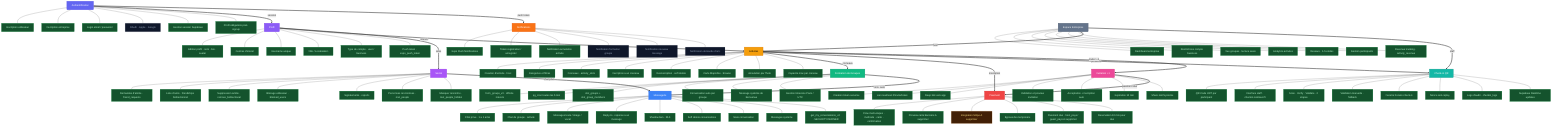
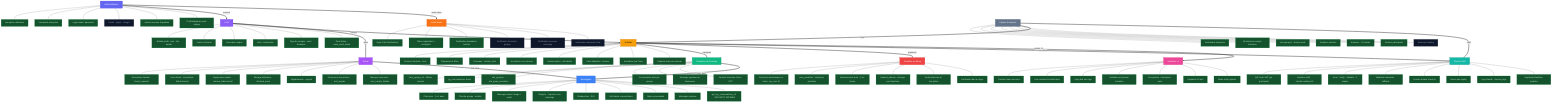
flowchart TB

  classDef auth      fill:#6366F1,stroke:#4F46E5,color:#fff,stroke-width:2px
  classDef profile   fill:#8B5CF6,stroke:#7C3AED,color:#fff,stroke-width:2px
  classDef activ     fill:#F59E0B,stroke:#D97706,color:#000,stroke-width:2px
  classDef groups    fill:#10B981,stroke:#059669,color:#fff,stroke-width:2px
  classDef payment   fill:#EF4444,stroke:#DC2626,color:#fff,stroke-width:2px
  classDef plusone   fill:#EC4899,stroke:#DB2777,color:#fff,stroke-width:2px
  classDef checkin   fill:#14B8A6,stroke:#0D9488,color:#fff,stroke-width:2px
  classDef messaging fill:#3B82F6,stroke:#2563EB,color:#fff,stroke-width:2px
  classDef social    fill:#A855F7,stroke:#9333EA,color:#fff,stroke-width:2px
  classDef notif     fill:#F97316,stroke:#EA580C,color:#fff,stroke-width:2px
  classDef business  fill:#64748B,stroke:#475569,color:#fff,stroke-width:2px

  classDef done     fill:#14532d,stroke:#16a34a,color:#bbf7d0,stroke-width:1px
  classDef wip      fill:#422006,stroke:#d97706,color:#fde68a,stroke-width:1px,stroke-dasharray:5 3
  classDef planned  fill:#0f172a,stroke:#475569,color:#94a3b8,stroke-width:1px,stroke-dasharray:3 3

  AUTH[Authentification]:::auth
  AUTH --- AUTH_F1[Inscription utilisateur]:::done
  AUTH --- AUTH_F2[Inscription entreprise]:::done
  AUTH --- AUTH_F3[Login email / password]:::done
  AUTH --- AUTH_F4[OAuth · Apple · Google]:::planned
  AUTH --- AUTH_F5[Gestion session Supabase]:::done
  AUTH --- AUTH_F6[Profil obligatoire post-signup]:::done

  PROFILE[Profil]:::profile
  PROFILE --- PROF_F1[Edition profil · nom · bio · avatar]:::done
  PROFILE --- PROF_F2[Centres d'interet]:::done
  PROFILE --- PROF_F3[Username unique]:::done
  PROFILE --- PROF_F4[Ville / Localisation]:::done
  PROFILE --- PROF_F5[Type de compte · user / business]:::done
  PROFILE --- PROF_F6[Push token · expo_push_token]:::done

  ACTIVITIES[Activites]:::activ
  ACTIVITIES --- ACT_F1[Creation d'activite · host]:::done
  ACTIVITIES --- ACT_F2[Categories et filtres]:::done
  ACTIVITIES --- ACT_F3[Creneaux · activity_slots]:::done
  ACTIVITIES --- ACT_F4[Inscription a un creneau]:::done
  ACTIVITIES --- ACT_F5[Desinscription · soft delete]:::done
  ACTIVITIES --- ACT_F6[Carte MapLibre · browse]:::done
  ACTIVITIES --- ACT_F7[Annulation par l'hote]:::done
  ACTIVITIES --- ACT_F8[Capacite max par creneau]:::done

  GROUPS[Formation de Groupes]:::groups
  GROUPS --- GRP_F1[form_groups_v3 · affinite interets]:::done
  GROUPS --- GRP_F2["pg_cron toutes les 5 min"]:::done
  GROUPS --- GRP_F3[slot_groups + slot_group_members]:::done
  GROUPS --- GRP_F4[Conversation auto par groupe]:::done
  GROUPS --- GRP_F5[Message systeme de bienvenue]:::done
  GROUPS --- GRP_F6[Gestion timezone Paris / UTC]:::done

-   PAYMENT[Paiement]:::payment
-   PAYMENT --- PAY_F1[Flow multi-etapes · methode · carte · confirmation]:::done
-   PAYMENT --- PAY_F2["Preview carte bancaire à supprimer"]:::done
-   PAYMENT --- PAY_F3["Integration Stripe A supprimer"]:::wip
-   PAYMENT --- PAY_F4[Bypass dev temporaire]:::done
-   PAYMENT --- PAY_F5["Paiement duo · host_pays / guest_pays A supprimer"]:::done
-   PAYMENT --- PAY_F6[Reservation 10 min pour duo]:::done
+   PENALTY[Penalites no-show]:::payment
+   PENALTY --- PEN_F1[Detection automatique no-show · pg_cron 1h]:::done
+   PENALTY --- PEN_F2[user_penalties · historique penalites]:::done
+   PENALTY --- PEN_F3[Bannissement auto · 2 no-shows]:::done
+   PENALTY --- PEN_F4[banned_phones · blocage par telephone]:::done
+   PENALTY --- PEN_F5[Verification ban a l inscription]:::done
+   PENALTY --- PEN_F6[Verification ban au login]:::done

  PLUSONE[Invitation +1]:::plusone
  PLUSONE --- PLUS_F1[Creation token securise]:::done
  PLUSONE --- PLUS_F2[Lien realmeet.fr/invite/token]:::done
  PLUSONE --- PLUS_F3[Deep link vers app]:::done
  PLUSONE --- PLUS_F4[Validation et preview invitation]:::done
  PLUSONE --- PLUS_F5[Acceptation + inscription auto]:::done
  PLUSONE --- PLUS_F6["Expiration 10 min"]:::done
  PLUSONE --- PLUS_F7[Share natif systeme]:::done

  CHECKIN[Check-in QR]:::checkin
  CHECKIN --- CHK_F1[QR Code JWT par participant]:::done
  CHECKIN --- CHK_F2[Interface staff · checkin.realmeet.fr]:::done
  CHECKIN --- CHK_F3[Scan · Verify · Validate · 2 etapes]:::done
  CHECKIN --- CHK_F4[Validation manuelle · fallback]:::done
  CHECKIN --- CHK_F5[Fenetre horaire check-in]:::done
  CHECKIN --- CHK_F6[Nonce anti-replay]:::done
  CHECKIN --- CHK_F7[Logs d'audit · checkin_logs]:::done
  CHECKIN --- CHK_F8[Supabase Realtime updates]:::done

  MESSAGING[Messagerie]:::messaging
  MESSAGING --- MSG_F1[Chat prive · 1 a 1 amis]:::done
  MESSAGING --- MSG_F2[Chat de groupe · activite]:::done
  MESSAGING --- MSG_F3[Messages texte / image / vocal]:::done
  MESSAGING --- MSG_F4[Reply-to · reponse a un message]:::done
  MESSAGING --- MSG_F5[Shadow ban · RLS]:::done
  MESSAGING --- MSG_F6[Soft delete conversations]:::done
  MESSAGING --- MSG_F7[Mute conversation]:::done
  MESSAGING --- MSG_F8[Messages systeme]:::done
  MESSAGING --- MSG_F9[get_my_conversations_v2 · SECURITY DEFINER]:::done

  SOCIAL[Social]:::social
  SOCIAL --- SOC_F1[Demandes d'amitie · friend_requests]:::done
  SOCIAL --- SOC_F2[Liste d'amis · friendships bidirectionnel]:::done
  SOCIAL --- SOC_F3[Suppression amitie · remove_bidirectional]:::done
  SOCIAL --- SOC_F4[Blocage utilisateur · blocked_users]:::done
  SOCIAL --- SOC_F5[Signalements · reports]:::done
  SOCIAL --- SOC_F6[Personnes rencontrees · met_people]:::done
  SOCIAL --- SOC_F7[Masquer rencontre · met_people_hidden]:::done

  NOTIF[Notifications]:::notif
  NOTIF --- NOT_F1[Expo Push Notifications]:::done
  NOTIF --- NOT_F2[Token registration / unregister]:::done
  NOTIF --- NOT_F3[Notification annulation activite]:::done
  NOTIF --- NOT_F4[Notification formation groupe]:::planned
  NOTIF --- NOT_F5[Notification nouveau message]:::planned
  NOTIF --- NOT_F6[Notification demande d'ami]:::planned

  BUSINESS[Espace Entreprise]:::business
  BUSINESS --- BIZ_F1[Dashboard entreprise]:::done
  BUSINESS --- BIZ_F2[Restrictions compte business]:::done
  BUSINESS --- BIZ_F3[Vue groupes · lecture seule]:::done
  BUSINESS --- BIZ_F4[Analytics activites]:::done
  BUSINESS --- BIZ_F5[Reviews · 1-5 etoiles]:::done
  BUSINESS --- BIZ_F6[Gestion participants]:::done
-   BUSINESS --- BIZ_F7[Revenue tracking · activity_revenue]:::done
+   BUSINESS --- BIZ_F7[Revenue tracking]:::planned

  AUTH ==>|session| PROFILE
  AUTH ==>|push token| NOTIF
  PROFILE ==>|interets| ACTIVITIES
  PROFILE ==>|amis| SOCIAL
  ACTIVITIES ==>|creneaux| GROUPS
-   ACTIVITIES ==>|inscription| PAYMENT
+   ACTIVITIES ==>|presence| PENALTY
  ACTIVITIES ==>|presence| CHECKIN
  ACTIVITIES ==>|inviter +1| PLUSONE
-   PLUSONE ==>|paiement duo| PAYMENT
  GROUPS ==>|conv. auto| MESSAGING
  SOCIAL ==>|chat prive| MESSAGING
  BUSINESS ==>|host| ACTIVITIES
  BUSINESS ==>|staff| CHECKIN